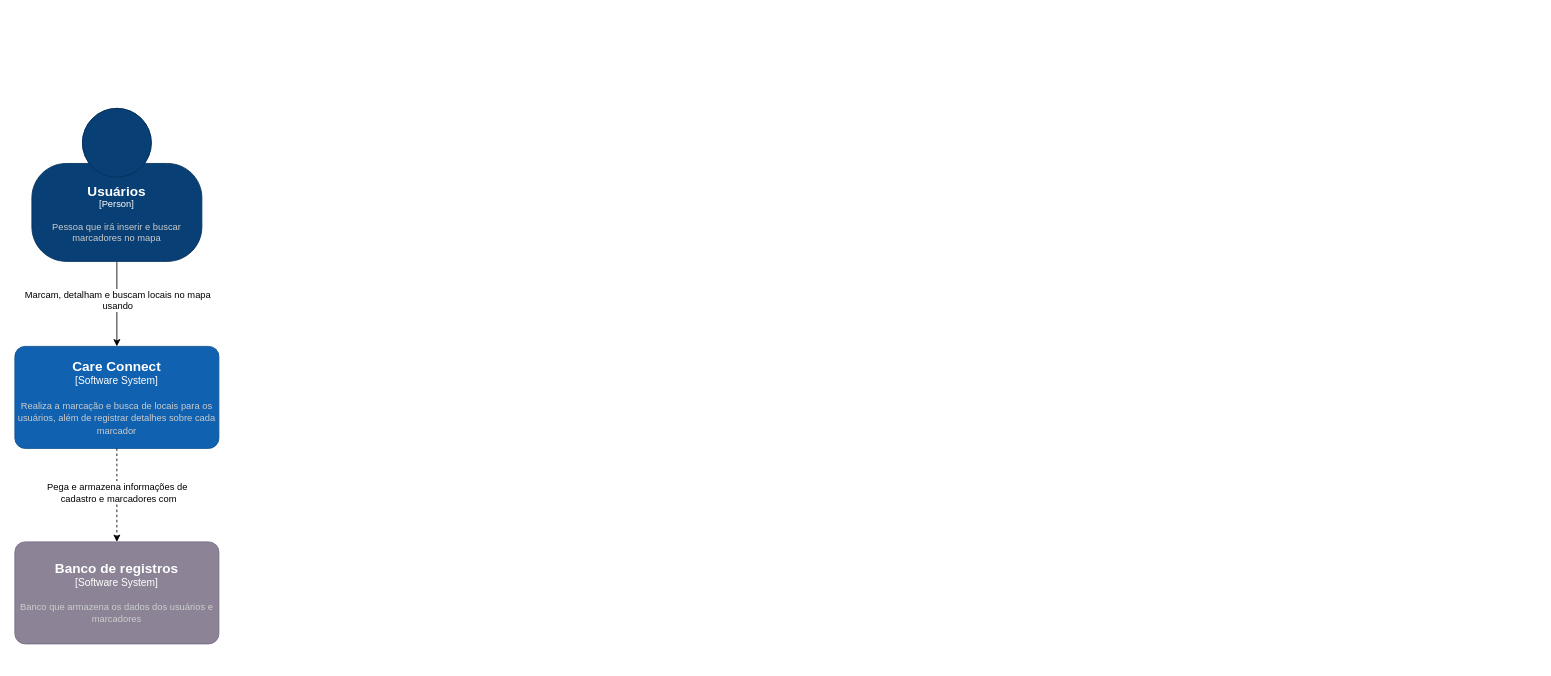
Above: C2_C4Model.drawio in MiguelStFR/CareConnect (draw.io), before the change. Source tidied: cells renumbered, new cells numbered last; positions are measured from the earlier drawing's top-left corner, leaving out a move shared by most shapes. Both pictures are drawn from the tidied source at 85%, with x=0, y=0 at pixel (14, 108).
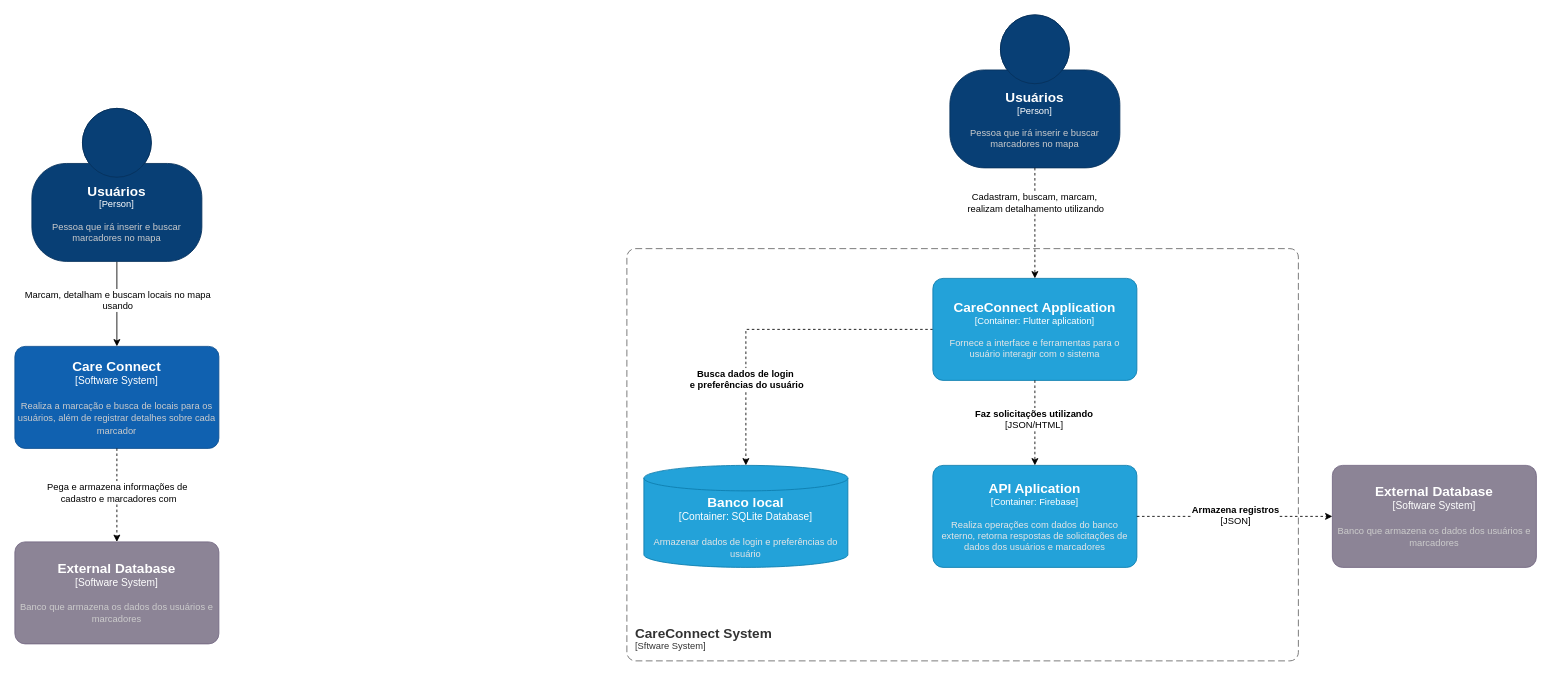
After the change.

Diff of the diagram source:
```diff
@@
-    <object id="6" label="&lt;font style=&quot;font-size: 16px&quot;&gt;&lt;b&gt;%c4Name%&lt;/b&gt;&lt;/font&gt;&lt;div&gt;[%c4Type%]&lt;/div&gt;&lt;br&gt;&lt;div&gt;&lt;font style=&quot;font-size: 11px&quot;&gt;&lt;font color=&quot;#cccccc&quot;&gt;%c4Description%&lt;/font&gt;&lt;/div&gt;" c4Description="Banco que armazena os dados dos usuários e marcadores" c4Name="Banco de registros" c4Type="Software System" placeholders="1">
+    <object id="6" label="&lt;font style=&quot;font-size: 16px&quot;&gt;&lt;b&gt;%c4Name%&lt;/b&gt;&lt;/font&gt;&lt;div&gt;[%c4Type%]&lt;/div&gt;&lt;br&gt;&lt;div&gt;&lt;font style=&quot;font-size: 11px&quot;&gt;&lt;font color=&quot;#cccccc&quot;&gt;%c4Description%&lt;/font&gt;&lt;/div&gt;" c4Description="Banco que armazena os dados dos usuários e marcadores" c4Name="External Database" c4Type="Software System" placeholders="1">
       <mxCell style="rounded=1;whiteSpace=wrap;html=1;labelBackgroundColor=none;fillColor=#8C8496;fontColor=#ffffff;align=center;arcSize=10;strokeColor=#736782;points=[[0.25,0,0],[0.5,0,0],[0.75,0,0],[1,0.25,0],[1,0.5,0],[1,0.75,0],[0.75,1,0],[0.5,1,0],[0.25,1,0],[0,0.75,0],[0,0.5,0],[0,0.25,0]];" parent="1" vertex="1">
         <mxGeometry y="510" width="240" height="120" as="geometry" />
       </mxCell>
     </object>
@@
+    <object id="9" label="&lt;font style=&quot;font-size: 16px&quot;&gt;&lt;b&gt;%c4Name%&lt;/b&gt;&lt;/font&gt;&lt;div&gt;[%c4Type%]&lt;/div&gt;&lt;br&gt;&lt;div&gt;&lt;font style=&quot;font-size: 11px&quot;&gt;&lt;font color=&quot;#cccccc&quot;&gt;%c4Description%&lt;/font&gt;&lt;/div&gt;" c4Description="Pessoa que irá inserir e buscar marcadores no mapa" c4Name="Usuários" c4Type="Person" placeholders="1">
+      <mxCell style="html=1;fontSize=11;dashed=0;whiteSpace=wrap;fillColor=#083F75;strokeColor=#06315C;fontColor=#ffffff;shape=mxgraph.c4.person2;align=center;points=[[0.5,0,0],[1,0.5,0],[1,0.75,0],[0.75,1,0],[0.5,1,0],[0.25,1,0],[0,0.75,0],[0,0.5,0]];" parent="1" vertex="1">
+        <mxGeometry x="1100" y="-110" width="200" height="180" as="geometry" />
+      </mxCell>
+    </object>
+    <object id="10" label="&lt;font style=&quot;font-size: 16px&quot;&gt;&lt;b&gt;&lt;div style=&quot;text-align: left&quot;&gt;%c4Name%&lt;/div&gt;&lt;/b&gt;&lt;/font&gt;&lt;div style=&quot;text-align: left&quot;&gt;[%c4Application%]&lt;/div&gt;" c4Application="Sftware System" c4Name="CareConnect System" placeholders="1">
+      <mxCell style="rounded=1;fontSize=11;whiteSpace=wrap;html=1;dashed=1;arcSize=20;fillColor=none;strokeColor=#666666;fontColor=#333333;labelBackgroundColor=none;align=left;verticalAlign=bottom;labelBorderColor=none;spacingTop=0;spacing=10;dashPattern=8 4;perimeter=rectanglePerimeter;noLabel=0;labelPadding=0;absoluteArcSize=1;" parent="1" vertex="1">
+        <mxGeometry x="720" y="165" width="790" height="485" as="geometry" />
+      </mxCell>
+    </object>
+    <object id="11" label="&lt;font style=&quot;font-size: 16px&quot;&gt;&lt;b&gt;%c4Name%&lt;/b&gt;&lt;/font&gt;&lt;div&gt;[%c4Type%:&amp;nbsp;%c4Technology%]&lt;/div&gt;&lt;br&gt;&lt;div&gt;&lt;font style=&quot;font-size: 11px&quot;&gt;&lt;font color=&quot;#E6E6E6&quot;&gt;%c4Description%&lt;/font&gt;&lt;/div&gt;" c4Description="Armazenar dados de login e preferências do usuário" c4Name="Banco local" c4Technology="SQLite Database" c4Type="Container" placeholders="1">
+      <mxCell style="shape=cylinder3;size=15;whiteSpace=wrap;html=1;boundedLbl=1;rounded=0;labelBackgroundColor=none;fillColor=#23A2D9;fontSize=12;fontColor=#ffffff;align=center;strokeColor=#0E7DAD;points=[[0.5,0,0],[1,0.25,0],[1,0.5,0],[1,0.75,0],[0.5,1,0],[0,0.75,0],[0,0.5,0],[0,0.25,0]];" parent="1" vertex="1">
+        <mxGeometry x="740" y="420" width="240" height="120" as="geometry" />
+      </mxCell>
+    </object>
+    <mxCell id="12" style="edgeStyle=orthogonalEdgeStyle;rounded=0;jettySize=auto;html=1;exitX=0;exitY=0.5;exitDx=0;exitDy=0;exitPerimeter=0;dashed=1;entryX=0.5;entryY=0;entryDx=0;entryDy=0;entryPerimeter=0;" parent="1" edge="1" source="14" target="11">
+      <mxGeometry relative="1" as="geometry" />
+    </mxCell>
+    <mxCell id="13" value="&lt;b&gt;Busca dados de login&amp;nbsp;&lt;/b&gt;&lt;div&gt;&lt;b&gt;e&amp;nbsp;&lt;/b&gt;&lt;b&gt;preferências&lt;/b&gt;&lt;b&gt;&amp;nbsp;do usuário&lt;/b&gt;&lt;/div&gt;" style="edgeLabel;html=1;align=center;verticalAlign=middle;" parent="12" vertex="1">
+      <mxGeometry x="0.33" y="-1" relative="1" as="geometry">
+        <mxPoint x="1" y="25" as="offset" />
+      </mxGeometry>
+    </mxCell>
+    <object id="14" label="&lt;font style=&quot;font-size: 16px&quot;&gt;&lt;b&gt;%c4Name%&lt;/b&gt;&lt;/font&gt;&lt;div&gt;[%c4Type%: %c4Technology%]&lt;/div&gt;&lt;br&gt;&lt;div&gt;&lt;font style=&quot;font-size: 11px&quot;&gt;&lt;font color=&quot;#E6E6E6&quot;&gt;%c4Description%&lt;/font&gt;&lt;/div&gt;" c4Description="Fornece a interface e ferramentas para o usuário interagir com o sistema" c4Name="CareConnect Application" c4Technology="Flutter aplication" c4Type="Container" placeholders="1">
+      <mxCell style="rounded=1;whiteSpace=wrap;html=1;fontSize=11;labelBackgroundColor=none;fillColor=#23A2D9;fontColor=#ffffff;align=center;arcSize=10;strokeColor=#0E7DAD;points=[[0.25,0,0],[0.5,0,0],[0.75,0,0],[1,0.25,0],[1,0.5,0],[1,0.75,0],[0.75,1,0],[0.5,1,0],[0.25,1,0],[0,0.75,0],[0,0.5,0],[0,0.25,0]];" parent="1" vertex="1">
+        <mxGeometry x="1080" y="200" width="240" height="120" as="geometry" />
+      </mxCell>
+    </object>
+    <mxCell id="15" style="edgeStyle=orthogonalEdgeStyle;rounded=0;jettySize=auto;html=1;exitX=0.5;exitY=1;exitDx=0;exitDy=0;exitPerimeter=0;entryX=0.5;entryY=0;entryDx=0;entryDy=0;entryPerimeter=0;dashed=1;" parent="1" edge="1" source="9" target="14">
+      <mxGeometry relative="1" as="geometry" />
+    </mxCell>
+    <mxCell id="16" value="Cadastram, buscam, marcam,&amp;nbsp;&lt;div&gt;realizam detalhamento utilizando&lt;/div&gt;" style="edgeLabel;html=1;align=center;verticalAlign=middle;" parent="15" vertex="1">
+      <mxGeometry y="-2" relative="1" as="geometry">
+        <mxPoint x="2" y="-25" as="offset" />
+      </mxGeometry>
+    </mxCell>
+    <object id="17" label="&lt;font style=&quot;font-size: 16px&quot;&gt;&lt;b&gt;%c4Name%&lt;/b&gt;&lt;/font&gt;&lt;div&gt;[%c4Type%: %c4Technology%]&lt;/div&gt;&lt;br&gt;&lt;div&gt;&lt;font style=&quot;font-size: 11px&quot;&gt;&lt;font color=&quot;#E6E6E6&quot;&gt;%c4Description%&lt;/font&gt;&lt;/div&gt;" c4Description="Realiza operações com dados do banco externo, retorna respostas de solicitações de dados dos usuários e marcadores" c4Name="API Aplication" c4Technology="Firebase" c4Type="Container" placeholders="1">
+      <mxCell style="rounded=1;whiteSpace=wrap;html=1;fontSize=11;labelBackgroundColor=none;fillColor=#23A2D9;fontColor=#ffffff;align=center;arcSize=10;strokeColor=#0E7DAD;points=[[0.25,0,0],[0.5,0,0],[0.75,0,0],[1,0.25,0],[1,0.5,0],[1,0.75,0],[0.75,1,0],[0.5,1,0],[0.25,1,0],[0,0.75,0],[0,0.5,0],[0,0.25,0]];" parent="1" vertex="1">
+        <mxGeometry x="1080" y="420" width="240" height="120" as="geometry" />
+      </mxCell>
+    </object>
+    <mxCell id="18" style="edgeStyle=orthogonalEdgeStyle;rounded=0;jettySize=auto;html=1;exitX=0.5;exitY=1;exitDx=0;exitDy=0;exitPerimeter=0;entryX=0.5;entryY=0;entryDx=0;entryDy=0;entryPerimeter=0;dashed=1;" parent="1" edge="1" source="14" target="17">
+      <mxGeometry relative="1" as="geometry" />
+    </mxCell>
+    <mxCell id="19" value="&lt;b&gt;Faz solicitações utilizando&lt;/b&gt;&lt;div&gt;[JSON/HTML]&lt;/div&gt;" style="edgeLabel;html=1;align=center;verticalAlign=middle;" parent="18" vertex="1">
+      <mxGeometry x="-0.11" y="-2" relative="1" as="geometry" />
+    </mxCell>
+    <object id="20" label="&lt;font style=&quot;font-size: 16px&quot;&gt;&lt;b&gt;%c4Name%&lt;/b&gt;&lt;/font&gt;&lt;div&gt;[%c4Type%]&lt;/div&gt;&lt;br&gt;&lt;div&gt;&lt;font style=&quot;font-size: 11px&quot;&gt;&lt;font color=&quot;#cccccc&quot;&gt;%c4Description%&lt;/font&gt;&lt;/div&gt;" c4Description="Banco que armazena os dados dos usuários e marcadores" c4Name="External Database" c4Type="Software System" placeholders="1">
+      <mxCell style="rounded=1;whiteSpace=wrap;html=1;labelBackgroundColor=none;fillColor=#8C8496;fontColor=#ffffff;align=center;arcSize=10;strokeColor=#736782;points=[[0.25,0,0],[0.5,0,0],[0.75,0,0],[1,0.25,0],[1,0.5,0],[1,0.75,0],[0.75,1,0],[0.5,1,0],[0.25,1,0],[0,0.75,0],[0,0.5,0],[0,0.25,0]];" parent="1" vertex="1">
+        <mxGeometry x="1550" y="420" width="240" height="120" as="geometry" />
+      </mxCell>
+    </object>
+    <mxCell id="21" style="edgeStyle=orthogonalEdgeStyle;rounded=0;jettySize=auto;html=1;exitX=1;exitY=0.5;exitDx=0;exitDy=0;exitPerimeter=0;entryX=0;entryY=0.5;entryDx=0;entryDy=0;entryPerimeter=0;dashed=1;" parent="1" edge="1" source="17" target="20">
+      <mxGeometry relative="1" as="geometry" />
+    </mxCell>
+    <mxCell id="22" value="&lt;div&gt;&lt;b&gt;Armazena registros&lt;/b&gt;&lt;/div&gt;&lt;div&gt;[JSON]&lt;/div&gt;" style="edgeLabel;html=1;align=center;verticalAlign=middle;" parent="21" vertex="1">
+      <mxGeometry x="-0.01" y="2" relative="1" as="geometry">
+        <mxPoint x="1" as="offset" />
+      </mxGeometry>
+    </mxCell>
```
